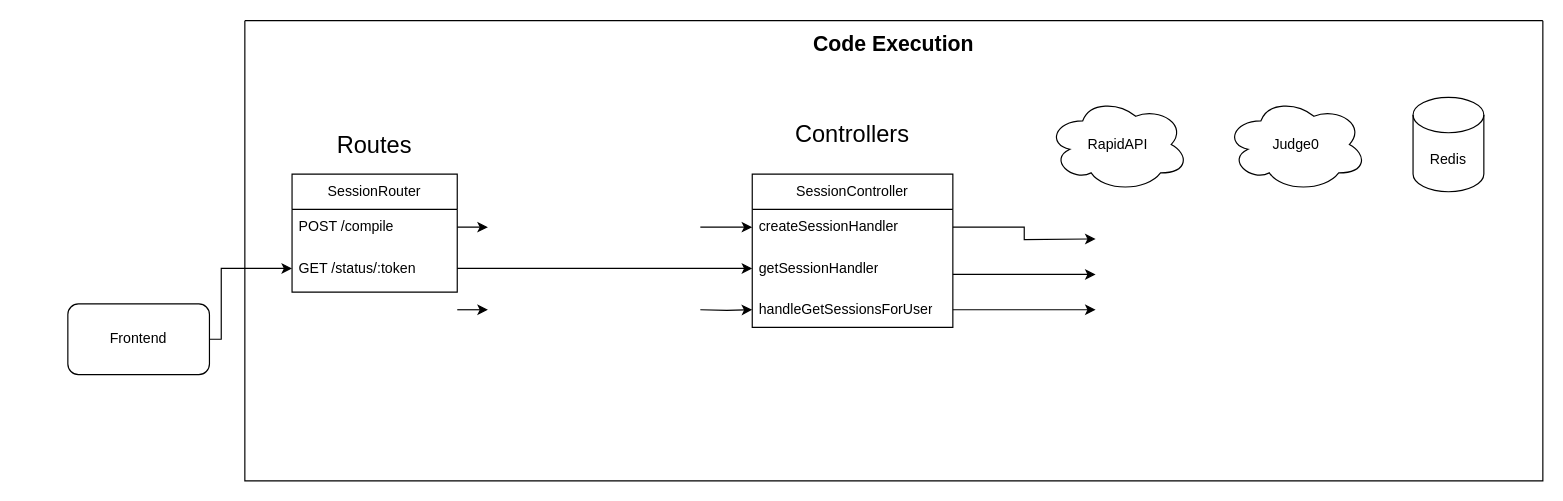
Above: docs/diagrams/backend/codeExecution/CodeExecutionComponentDiagram.drawio in CS3219-AY2324S1/ay2324s1-course-assessment-g48 (draw.io), before the change. Source tidied: cells renumbered, new cells numbered last; positions are measured from the earlier drawing's top-left corner, leaving out a move shared by most shapes. Both pictures are drawn from the tidied source at 118%, with x=0, y=0 at pixel (67, 20). Pictures stored in the file or linked from it are replaced by grey dashed boxes.
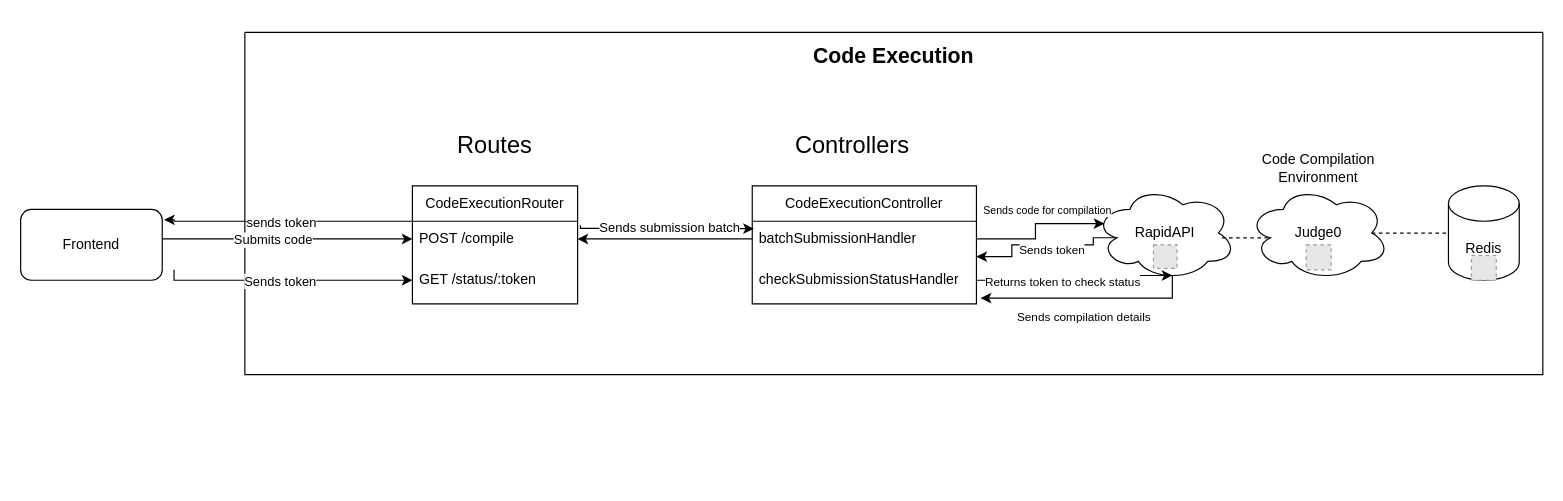
The same page after the edit.

Commit message (it also covers changes not shown here):
Update Code Execution diagram

Unchanged cells that the change refers to:
```xml
<mxCell id="5" value="POST /compile" style="text;strokeColor=none;fillColor=none;align=left;verticalAlign=middle;spacingLeft=4;spacingRight=4;overflow=hidden;points=[[0,0.5],[1,0.5]];portConstraint=eastwest;whiteSpace=wrap;html=1;" parent="4" vertex="1">
  <mxGeometry y="30" width="140" height="30" as="geometry" />
</mxCell>
<mxCell id="6" value="GET /status/:token" style="text;strokeColor=none;fillColor=none;align=left;verticalAlign=middle;spacingLeft=4;spacingRight=4;overflow=hidden;points=[[0,0.5],[1,0.5]];portConstraint=eastwest;whiteSpace=wrap;html=1;" parent="4" vertex="1">
  <mxGeometry y="60" width="140" height="40" as="geometry" />
</mxCell>
```

Change to the diagram source:
```diff
@@
     <mxCell id="2" style="swimlane;startSize=0;fontStyle=0;" parent="1" vertex="1">
-      <mxGeometry x="150" width="1100" height="390" as="geometry" />
+      <mxGeometry x="150" y="10" width="1100" height="290" as="geometry" />
     </mxCell>
@@
-    <mxCell id="4" value="SessionRouter" style="swimlane;fontStyle=0;horizontal=1;startSize=30;whiteSpace=wrap;html=1;" parent="2" vertex="1">
-      <mxGeometry x="40" y="130" width="140" height="100" as="geometry" />
+    <mxCell id="4" value="CodeExecutionRouter" style="swimlane;fontStyle=0;horizontal=1;startSize=30;whiteSpace=wrap;html=1;" parent="2" vertex="1">
+      <mxGeometry x="142" y="130" width="140" height="100" as="geometry" />
     </mxCell>
@@
     <mxCell id="7" value="Routes" style="text;html=1;strokeColor=none;fillColor=none;align=center;verticalAlign=middle;whiteSpace=wrap;rounded=0;fontSize=20;" parent="2" vertex="1">
-      <mxGeometry x="80" y="90" width="60" height="30" as="geometry" />
+      <mxGeometry x="182" y="80" width="60" height="30" as="geometry" />
     </mxCell>
@@
-    <mxCell id="9" value="SessionController" style="swimlane;fontStyle=0;horizontal=1;startSize=30;whiteSpace=wrap;html=1;" parent="2" vertex="1">
-      <mxGeometry x="430" y="130" width="170" height="130" as="geometry" />
+    <mxCell id="9" value="CodeExecutionController" style="swimlane;fontStyle=0;horizontal=1;startSize=30;whiteSpace=wrap;html=1;" parent="2" vertex="1">
+      <mxGeometry x="430" y="130" width="190" height="100" as="geometry" />
     </mxCell>
-    <mxCell id="10" value="createSessionHandler" style="text;strokeColor=none;fillColor=none;align=left;verticalAlign=middle;spacingLeft=4;spacingRight=4;overflow=hidden;points=[[0,0.5],[1,0.5]];portConstraint=eastwest;whiteSpace=wrap;html=1;" parent="9" vertex="1">
-      <mxGeometry y="30" width="170" height="30" as="geometry" />
+    <mxCell id="10" value="batchSubmissionHandler" style="text;strokeColor=none;fillColor=none;align=left;verticalAlign=middle;spacingLeft=4;spacingRight=4;overflow=hidden;points=[[0,0.5],[1,0.5]];portConstraint=eastwest;whiteSpace=wrap;html=1;" parent="9" vertex="1">
+      <mxGeometry y="30" width="190" height="30" as="geometry" />
     </mxCell>
-    <mxCell id="11" value="getSessionHandler" style="text;strokeColor=none;fillColor=none;align=left;verticalAlign=middle;spacingLeft=4;spacingRight=4;overflow=hidden;points=[[0,0.5],[1,0.5]];portConstraint=eastwest;whiteSpace=wrap;html=1;" parent="9" vertex="1">
-      <mxGeometry y="60" width="170" height="40" as="geometry" />
+    <mxCell id="11" value="checkSubmissionStatusHandler" style="text;strokeColor=none;fillColor=none;align=left;verticalAlign=middle;spacingLeft=4;spacingRight=4;overflow=hidden;points=[[0,0.5],[1,0.5]];portConstraint=eastwest;whiteSpace=wrap;html=1;" parent="9" vertex="1">
+      <mxGeometry y="60" width="190" height="40" as="geometry" />
     </mxCell>
-    <mxCell id="12" value="handleGetSessionsForUser" style="text;strokeColor=none;fillColor=none;align=left;verticalAlign=middle;spacingLeft=4;spacingRight=4;overflow=hidden;points=[[0,0.5],[1,0.5]];portConstraint=eastwest;whiteSpace=wrap;html=1;" parent="9" vertex="1">
-      <mxGeometry y="100" width="170" height="30" as="geometry" />
-    </mxCell>
-    <mxCell id="13" style="edgeStyle=orthogonalEdgeStyle;rounded=0;jettySize=auto;html=1;" parent="2" edge="1" source="11">
-      <mxGeometry relative="1" as="geometry">
-        <mxPoint x="721" y="215.1" as="targetPoint" />
-        <Array as="points">
-          <mxPoint x="620" y="215" />
-          <mxPoint x="620" y="215" />
-        </Array>
-      </mxGeometry>
-    </mxCell>
-    <mxCell id="14" style="edgeStyle=orthogonalEdgeStyle;rounded=0;jettySize=auto;html=1;exitX=1;exitY=0.5;exitDx=0;exitDy=0;" parent="2" edge="1" target="10">
-      <mxGeometry relative="1" as="geometry">
-        <mxPoint x="386" y="175" as="sourcePoint" />
-        <Array as="points">
-          <mxPoint x="460" y="175" />
-          <mxPoint x="460" y="175" />
-        </Array>
-      </mxGeometry>
-    </mxCell>
-    <mxCell id="15" style="edgeStyle=orthogonalEdgeStyle;rounded=0;jettySize=auto;html=1;entryX=0;entryY=0.5;entryDx=0;entryDy=0;" parent="2" edge="1" source="5">
-      <mxGeometry relative="1" as="geometry">
-        <mxPoint x="206" y="175" as="targetPoint" />
-      </mxGeometry>
-    </mxCell>
-    <mxCell id="16" style="edgeStyle=orthogonalEdgeStyle;rounded=0;jettySize=auto;html=1;" parent="2" edge="1" source="6" target="11">
-      <mxGeometry relative="1" as="geometry" />
-    </mxCell>
-    <mxCell id="17" style="edgeStyle=orthogonalEdgeStyle;rounded=0;jettySize=auto;html=1;exitX=1;exitY=0.5;exitDx=0;exitDy=0;entryX=0;entryY=0.5;entryDx=0;entryDy=0;" parent="2" edge="1" target="12">
-      <mxGeometry relative="1" as="geometry">
-        <mxPoint x="386" y="245" as="sourcePoint" />
-      </mxGeometry>
-    </mxCell>
-    <mxCell id="18" style="edgeStyle=orthogonalEdgeStyle;rounded=0;orthogonalLoop=1;jettySize=auto;html=1;entryX=0;entryY=0.5;entryDx=0;entryDy=0;" parent="2" edge="1">
-      <mxGeometry relative="1" as="geometry">
-        <mxPoint x="180" y="245" as="sourcePoint" />
-        <mxPoint x="206" y="245" as="targetPoint" />
-      </mxGeometry>
-    </mxCell>
-    <mxCell id="19" style="edgeStyle=orthogonalEdgeStyle;rounded=0;jettySize=auto;html=1;entryX=0;entryY=0.5;entryDx=0;entryDy=0;" parent="2" edge="1" source="12">
-      <mxGeometry relative="1" as="geometry">
-        <mxPoint x="721" y="245" as="targetPoint" />
-        <Array as="points">
-          <mxPoint x="610" y="245" />
-          <mxPoint x="610" y="245" />
-        </Array>
-      </mxGeometry>
-    </mxCell>
-    <mxCell id="20" style="edgeStyle=orthogonalEdgeStyle;rounded=0;jettySize=auto;html=1;entryX=0;entryY=0.5;entryDx=0;entryDy=0;" parent="2" edge="1" source="10">
-      <mxGeometry relative="1" as="geometry">
-        <mxPoint x="721" y="185" as="targetPoint" />
-      </mxGeometry>
-    </mxCell>
+    <mxCell id="26" style="edgeStyle=orthogonalEdgeStyle;rounded=0;jettySize=auto;html=1;exitX=0.16;exitY=0.55;exitDx=0;exitDy=0;exitPerimeter=0;" parent="2" edge="1" source="21" target="10">
+      <mxGeometry relative="1" as="geometry">
+        <Array as="points">
+          <mxPoint x="719" y="180" />
+          <mxPoint x="650" y="180" />
+          <mxPoint x="650" y="190" />
+        </Array>
+      </mxGeometry>
+    </mxCell>
+    <mxCell id="27" value="Sends token" style="edgeLabel;html=1;align=center;verticalAlign=middle;fontSize=10;" parent="26" vertex="1">
+      <mxGeometry x="-0.09" y="3" relative="1" as="geometry" />
+    </mxCell>
+    <mxCell id="28" style="edgeStyle=orthogonalEdgeStyle;rounded=0;jettySize=auto;html=1;entryX=1.019;entryY=0.879;entryDx=0;entryDy=0;entryPerimeter=0;exitX=0.55;exitY=0.95;exitDx=0;exitDy=0;exitPerimeter=0;" parent="2" edge="1" source="21" target="11">
+      <mxGeometry relative="1" as="geometry">
+        <Array as="points">
+          <mxPoint x="786" y="225" />
+        </Array>
+      </mxGeometry>
+    </mxCell>
+    <mxCell id="29" value="Sends compilation details" style="edgeLabel;html=1;align=center;verticalAlign=middle;fontSize=10;" parent="28" vertex="1">
+      <mxGeometry x="0.39" relative="1" as="geometry">
+        <mxPoint x="31" y="15" as="offset" />
+      </mxGeometry>
+    </mxCell>
     <mxCell id="21" value="RapidAPI" style="ellipse;shape=cloud;whiteSpace=wrap;html=1;" parent="2" vertex="1">
-      <mxGeometry x="680" y="65" width="120" height="80" as="geometry" />
+      <mxGeometry x="720" y="130" width="120" height="80" as="geometry" />
     </mxCell>
     <mxCell id="22" value="Judge0" style="ellipse;shape=cloud;whiteSpace=wrap;html=1;" parent="2" vertex="1">
-      <mxGeometry x="831" y="65" width="120" height="80" as="geometry" />
+      <mxGeometry x="850" y="130" width="120" height="80" as="geometry" />
     </mxCell>
     <mxCell id="23" value="Redis" style="shape=cylinder3;whiteSpace=wrap;html=1;boundedLbl=1;backgroundOutline=1;size=15;" parent="2" vertex="1">
-      <mxGeometry x="990" y="65" width="60" height="80" as="geometry" />
+      <mxGeometry x="1020" y="130" width="60" height="80" as="geometry" />
     </mxCell>
-    <mxCell id="24" style="edgeStyle=orthogonalEdgeStyle;rounded=0;jettySize=auto;html=1;entryX=0;entryY=0.5;entryDx=0;entryDy=0;" parent="1" edge="1" source="25" target="6">
-      <mxGeometry relative="1" as="geometry">
-        <Array as="points">
-          <mxPoint x="130" y="270" />
-          <mxPoint x="130" y="210" />
-        </Array>
-      </mxGeometry>
-    </mxCell>
+    <mxCell id="30" style="edgeStyle=orthogonalEdgeStyle;rounded=0;jettySize=auto;html=1;entryX=0.007;entryY=0.211;entryDx=0;entryDy=0;entryPerimeter=0;exitX=1.017;exitY=0.11;exitDx=0;exitDy=0;exitPerimeter=0;" parent="2" edge="1" source="5" target="10">
+      <mxGeometry relative="1" as="geometry">
+        <Array as="points">
+          <mxPoint x="284" y="166" />
+          <mxPoint x="356" y="166" />
+        </Array>
+      </mxGeometry>
+    </mxCell>
+    <mxCell id="31" value="Sends submission batch" style="edgeLabel;html=1;align=center;verticalAlign=middle;" parent="30" vertex="1">
+      <mxGeometry x="0.04" y="1" relative="1" as="geometry" />
+    </mxCell>
+    <mxCell id="32" style="endArrow=none;dashed=1;html=1;rounded=0;exitX=0.901;exitY=0.552;exitDx=0;exitDy=0;entryX=0.16;entryY=0.55;entryDx=0;entryDy=0;entryPerimeter=0;exitPerimeter=0;" parent="2" edge="1" source="21" target="22">
+      <mxGeometry relative="1" as="geometry" />
+    </mxCell>
+    <mxCell id="33" style="endArrow=none;dashed=1;html=1;rounded=0;exitX=0.875;exitY=0.5;exitDx=0;exitDy=0;entryX=0;entryY=0.5;entryDx=0;entryDy=0;entryPerimeter=0;exitPerimeter=0;" parent="2" edge="1" source="22" target="23">
+      <mxGeometry relative="1" as="geometry" />
+    </mxCell>
+    <mxCell id="34" style="edgeStyle=orthogonalEdgeStyle;rounded=0;jettySize=auto;html=1;entryX=0.07;entryY=0.4;entryDx=0;entryDy=0;entryPerimeter=0;" parent="2" edge="1" source="10" target="21">
+      <mxGeometry relative="1" as="geometry" />
+    </mxCell>
+    <mxCell id="35" value="Sends code for compilation" style="edgeLabel;html=1;align=center;verticalAlign=middle;fontSize=9;" parent="34" vertex="1">
+      <mxGeometry x="0.26" y="1" relative="1" as="geometry">
+        <mxPoint x="-4" y="-11" as="offset" />
+      </mxGeometry>
+    </mxCell>
+    <mxCell id="36" style="edgeStyle=orthogonalEdgeStyle;rounded=0;jettySize=auto;html=1;entryX=0.55;entryY=0.95;entryDx=0;entryDy=0;entryPerimeter=0;" parent="2" edge="1" source="11" target="21">
+      <mxGeometry relative="1" as="geometry" />
+    </mxCell>
+    <mxCell id="37" value="Returns token to check status" style="edgeLabel;html=1;align=center;verticalAlign=middle;fontSize=10;" parent="36" vertex="1">
+      <mxGeometry x="-0.11" y="1" relative="1" as="geometry">
+        <mxPoint y="5" as="offset" />
+      </mxGeometry>
+    </mxCell>
+    <mxCell id="38" value="Code Compilation Environment" style="text;html=1;strokeColor=none;fillColor=none;align=center;verticalAlign=middle;whiteSpace=wrap;rounded=0;" parent="2" vertex="1">
+      <mxGeometry x="855" y="100" width="110" height="30" as="geometry" />
+    </mxCell>
+    <mxCell id="39" style="fillColor=#E6E6E6;strokeColor=#999999;dashed=1;verticalLabelPosition=bottom;verticalAlign=top;" parent="2" vertex="1">
+      <mxGeometry x="899.4" y="180" width="21.2" height="21.2" as="geometry" />
+    </mxCell>
+    <mxCell id="40" style="fillColor=#E6E6E6;strokeColor=#999999;dashed=1;verticalLabelPosition=bottom;verticalAlign=top;" parent="2" vertex="1">
+      <mxGeometry x="770" y="180" width="20" height="20" as="geometry" />
+    </mxCell>
+    <mxCell id="41" style="fillColor=#E6E6E6;strokeColor=#999999;dashed=1;verticalLabelPosition=bottom;verticalAlign=top;" parent="2" vertex="1">
+      <mxGeometry x="1039.5" y="189" width="21" height="21" as="geometry" />
+    </mxCell>
+    <mxCell id="42" style="edgeStyle=orthogonalEdgeStyle;rounded=0;jettySize=auto;html=1;entryX=0;entryY=0.5;entryDx=0;entryDy=0;" parent="2" edge="1" target="6">
+      <mxGeometry relative="1" as="geometry">
+        <mxPoint x="-60" y="201.2" as="sourcePoint" />
+        <Array as="points">
+          <mxPoint x="-60" y="210" />
+        </Array>
+      </mxGeometry>
+    </mxCell>
+    <mxCell id="43" value="Sends token" style="edgeLabel;html=1;align=center;verticalAlign=middle;" parent="42" vertex="1">
+      <mxGeometry x="-0.57" relative="1" as="geometry">
+        <mxPoint x="53" as="offset" />
+      </mxGeometry>
+    </mxCell>
+    <mxCell id="44" style="edgeStyle=orthogonalEdgeStyle;rounded=0;jettySize=auto;html=1;entryX=1;entryY=0.5;entryDx=0;entryDy=0;" parent="2" edge="1" source="10" target="5">
+      <mxGeometry relative="1" as="geometry" />
+    </mxCell>
+    <mxCell id="45" style="edgeStyle=orthogonalEdgeStyle;rounded=0;jettySize=auto;html=1;entryX=0;entryY=0.5;entryDx=0;entryDy=0;" parent="1" edge="1" source="25" target="5">
+      <mxGeometry relative="1" as="geometry">
+        <Array as="points">
+          <mxPoint x="140" y="185" />
+          <mxPoint x="140" y="185" />
+        </Array>
+      </mxGeometry>
+    </mxCell>
+    <mxCell id="46" value="Submits code" style="edgeLabel;html=1;align=center;verticalAlign=middle;" parent="45" vertex="1">
+      <mxGeometry x="-0.52" y="-2" relative="1" as="geometry">
+        <mxPoint x="42" y="-2" as="offset" />
+      </mxGeometry>
+    </mxCell>
     <mxCell id="25" value="Frontend" style="rounded=1;whiteSpace=wrap;html=1;" parent="1" vertex="1">
-      <mxGeometry y="240" width="120" height="60" as="geometry" />
+      <mxGeometry x="-40" y="160" width="120" height="60" as="geometry" />
     </mxCell>
+    <mxCell id="47" style="edgeStyle=orthogonalEdgeStyle;rounded=0;jettySize=auto;html=1;entryX=1.013;entryY=0.147;entryDx=0;entryDy=0;entryPerimeter=0;" parent="1" edge="1" source="5" target="25">
+      <mxGeometry relative="1" as="geometry">
+        <Array as="points">
+          <mxPoint x="90" y="170" />
+          <mxPoint x="90" y="169" />
+        </Array>
+      </mxGeometry>
+    </mxCell>
+    <mxCell id="48" value="sends token" style="edgeLabel;html=1;align=center;verticalAlign=middle;" parent="47" vertex="1">
+      <mxGeometry x="0.05" y="-2" relative="1" as="geometry">
+        <mxPoint x="-1" y="2" as="offset" />
+      </mxGeometry>
+    </mxCell>
```
